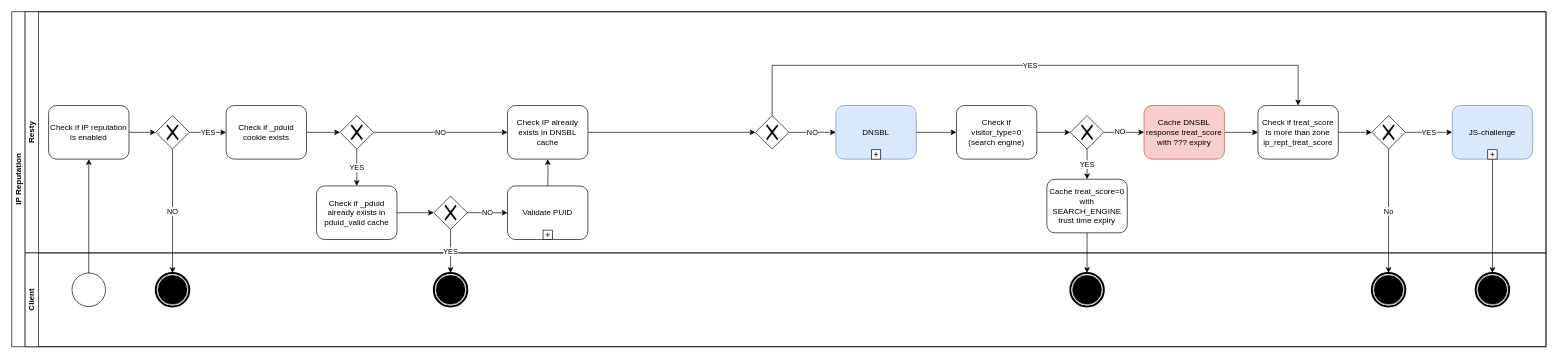
This is page "Main" (1 of 4) of Diagram.drawio from tajpouria/resty-ip-reputation-example, a draw.io file, before an edit. Source tidied: cells renumbered, new cells numbered last; positions are measured from the earlier drawing's top-left corner, leaving out a move shared by most shapes. Both pictures are drawn from the tidied source at 67%, with x=0, y=0 at pixel (11, 11).
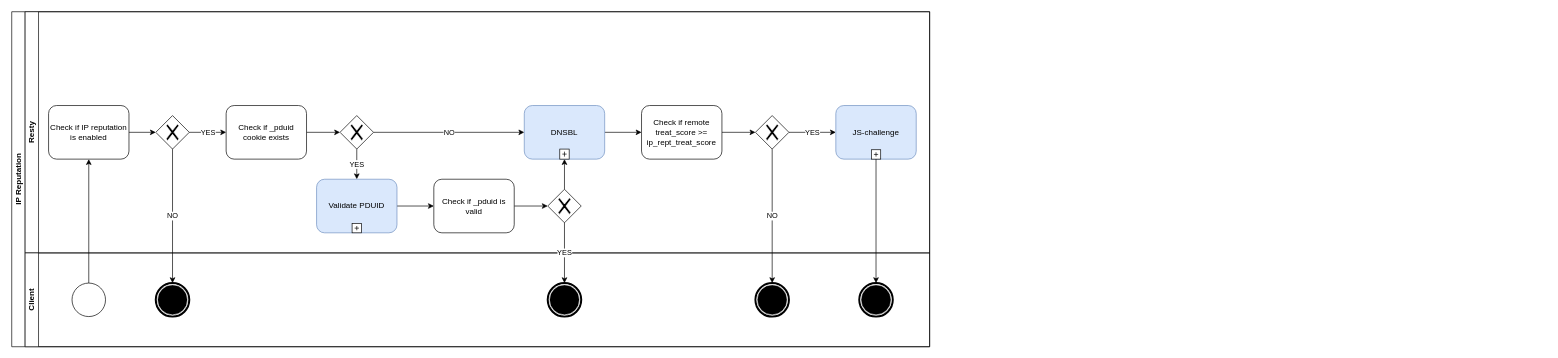
Above is the later version.

Unchanged cells that the change refers to:
```xml
<mxCell id="34" style="shape=mxgraph.bpmn.shape;html=1;verticalLabelPosition=bottom;labelBackgroundColor=#ffffff;verticalAlign=top;align=center;perimeter=rhombusPerimeter;background=gateway;outlineConnect=0;outline=none;symbol=exclusiveGw;" parent="7" vertex="1">
  <mxGeometry x="470" y="155" width="50" height="50" as="geometry" />
</mxCell>
```

What changed in the source:
```diff
@@
     <mxCell id="2" value="IP Reputation" style="swimlane;html=1;horizontal=0;startSize=20;fontFamily=Helvetica;labelBorderColor=none;labelBackgroundColor=none;whiteSpace=wrap;" parent="1" vertex="1">
-      <mxGeometry width="2290" height="500" as="geometry" />
+      <mxGeometry width="1370" height="500" as="geometry" />
     </mxCell>
@@
-    <mxCell id="4" style="edgeStyle=orthogonalEdgeStyle;rounded=0;jettySize=auto;html=1;fontFamily=Helvetica;labelBorderColor=none;labelBackgroundColor=none;" parent="2" edge="1" source="22" target="50">
-      <mxGeometry relative="1" as="geometry" />
-    </mxCell>
-    <mxCell id="5" value="No" style="edgeStyle=orthogonalEdgeStyle;rounded=0;jettySize=auto;html=1;" parent="2" edge="1" source="28" target="51">
-      <mxGeometry relative="1" as="geometry" />
-    </mxCell>
-    <mxCell id="6" style="edgeStyle=orthogonalEdgeStyle;rounded=0;jettySize=auto;html=1;" parent="2" edge="1" source="43" target="53">
-      <mxGeometry relative="1" as="geometry" />
-    </mxCell>
     <mxCell id="7" value="Resty" style="swimlane;html=1;startSize=20;horizontal=0;fontFamily=Helvetica;labelBorderColor=none;labelBackgroundColor=none;whiteSpace=wrap;" parent="2" vertex="1">
-      <mxGeometry x="20" width="2270" height="360" as="geometry" />
+      <mxGeometry x="20" width="1350" height="360" as="geometry" />
     </mxCell>
@@
-    <mxCell id="12" style="edgeStyle=orthogonalEdgeStyle;rounded=0;jettySize=auto;html=1;labelBackgroundColor=none;fontFamily=Helvetica;" parent="7" edge="1" source="13" target="26">
-      <mxGeometry relative="1" as="geometry" />
+    <mxCell id="12" style="edgeStyle=orthogonalEdgeStyle;rounded=0;orthogonalLoop=1;jettySize=auto;html=1;labelBackgroundColor=none;fontFamily=Helvetica;" parent="7" edge="1">
+      <mxGeometry relative="1" as="geometry">
+        <mxPoint x="865" y="180" as="sourcePoint" />
+      </mxGeometry>
     </mxCell>
-    <mxCell id="13" value="Check IP already exists in DNSBL cache" style="shape=ext;rounded=1;html=1;fontFamily=Helvetica;labelBorderColor=none;labelBackgroundColor=none;whiteSpace=wrap;" parent="7" vertex="1">
-      <mxGeometry x="720" y="140" width="120" height="80" as="geometry" />
-    </mxCell>
-    <mxCell id="14" style="edgeStyle=orthogonalEdgeStyle;rounded=0;jettySize=auto;html=1;fontFamily=Helvetica;labelBorderColor=none;labelBackgroundColor=none;" parent="7" edge="1" source="15" target="21">
-      <mxGeometry relative="1" as="geometry" />
-    </mxCell>
-    <mxCell id="15" value="Check if visitor_type=0&lt;br&gt;(search engine)" style="shape=ext;rounded=1;html=1;fontFamily=Helvetica;labelBorderColor=none;labelBackgroundColor=none;whiteSpace=wrap;" parent="7" vertex="1">
-      <mxGeometry x="1390" y="140" width="120" height="80" as="geometry" />
-    </mxCell>
-    <mxCell id="16" style="edgeStyle=orthogonalEdgeStyle;rounded=0;jettySize=auto;html=1;fontFamily=Helvetica;labelBorderColor=none;labelBackgroundColor=none;" parent="7" edge="1" source="17" target="24">
-      <mxGeometry relative="1" as="geometry" />
-    </mxCell>
-    <mxCell id="17" value="Cache DNSBL response treat_score with ??? expiry" style="shape=ext;rounded=1;html=1;fontFamily=Helvetica;labelBorderColor=none;labelBackgroundColor=none;whiteSpace=wrap;fillColor=#f8cecc;strokeColor=#b85450;" parent="7" vertex="1">
-      <mxGeometry x="1670" y="140" width="120" height="80" as="geometry" />
-    </mxCell>
-    <mxCell id="18" style="edgeStyle=orthogonalEdgeStyle;rounded=0;jettySize=auto;html=1;labelBackgroundColor=none;fontFamily=Helvetica;" parent="7" edge="1" source="21" target="17">
-      <mxGeometry relative="1" as="geometry" />
-    </mxCell>
-    <mxCell id="19" value="NO" style="edgeLabel;html=1;align=center;verticalAlign=middle;fontFamily=Helvetica;" parent="18" vertex="1">
-      <mxGeometry x="-0.25" y="2" relative="1" as="geometry" />
-    </mxCell>
-    <mxCell id="20" value="YES" style="edgeStyle=orthogonalEdgeStyle;rounded=0;jettySize=auto;html=1;" parent="7" edge="1" source="21" target="22">
-      <mxGeometry relative="1" as="geometry" />
-    </mxCell>
-    <mxCell id="21" style="shape=mxgraph.bpmn.shape;html=1;verticalLabelPosition=bottom;labelBackgroundColor=none;verticalAlign=top;align=center;perimeter=rhombusPerimeter;background=gateway;outlineConnect=0;outline=none;symbol=exclusiveGw;fontFamily=Helvetica;labelBorderColor=none;whiteSpace=wrap;" parent="7" vertex="1">
-      <mxGeometry x="1560" y="155" width="50" height="50" as="geometry" />
-    </mxCell>
-    <mxCell id="22" value="Cache treat_score=0 with SEARCH_ENGINE trust time expiry " style="shape=ext;rounded=1;html=1;fontFamily=Helvetica;labelBorderColor=none;labelBackgroundColor=none;whiteSpace=wrap;" parent="7" vertex="1">
-      <mxGeometry x="1525" y="250" width="120" height="80" as="geometry" />
-    </mxCell>
-    <mxCell id="23" style="edgeStyle=orthogonalEdgeStyle;rounded=0;jettySize=auto;html=1;" parent="7" edge="1" source="24" target="28">
-      <mxGeometry relative="1" as="geometry" />
-    </mxCell>
-    <mxCell id="24" value="Check if treat_score is more than zone ip_rept_treat_score" style="shape=ext;rounded=1;html=1;fontFamily=Helvetica;labelBorderColor=none;labelBackgroundColor=none;whiteSpace=wrap;" parent="7" vertex="1">
-      <mxGeometry x="1840" y="140" width="120" height="80" as="geometry" />
-    </mxCell>
-    <mxCell id="25" value="NO" style="edgeStyle=orthogonalEdgeStyle;rounded=0;jettySize=auto;html=1;" parent="7" edge="1" source="26" target="41">
-      <mxGeometry relative="1" as="geometry" />
-    </mxCell>
-    <mxCell id="26" style="shape=mxgraph.bpmn.shape;html=1;verticalLabelPosition=bottom;labelBackgroundColor=#ffffff;verticalAlign=top;align=center;perimeter=rhombusPerimeter;background=gateway;outlineConnect=0;outline=none;symbol=exclusiveGw;fontFamily=Helvetica;" parent="7" vertex="1">
-      <mxGeometry x="1090" y="155" width="50" height="50" as="geometry" />
-    </mxCell>
@@
     <mxCell id="28" style="shape=mxgraph.bpmn.shape;html=1;verticalLabelPosition=bottom;labelBackgroundColor=#ffffff;verticalAlign=top;align=center;perimeter=rhombusPerimeter;background=gateway;outlineConnect=0;outline=none;symbol=exclusiveGw;" parent="7" vertex="1">
-      <mxGeometry x="2010" y="155" width="50" height="50" as="geometry" />
+      <mxGeometry x="1090" y="155" width="50" height="50" as="geometry" />
     </mxCell>
-    <mxCell id="29" style="edgeStyle=orthogonalEdgeStyle;rounded=0;jettySize=auto;html=1;" parent="7" edge="1" target="13">
-      <mxGeometry relative="1" as="geometry">
-        <mxPoint x="780" y="260" as="sourcePoint" />
-      </mxGeometry>
-    </mxCell>
@@
-    <mxCell id="32" value="YES" style="edgeStyle=orthogonalEdgeStyle;rounded=0;jettySize=auto;html=1;" parent="7" edge="1" source="34" target="36">
+    <mxCell id="32" value="YES" style="edgeStyle=orthogonalEdgeStyle;rounded=0;jettySize=auto;html=1;" parent="7" edge="1" source="34" target="45">
       <mxGeometry relative="1" as="geometry" />
     </mxCell>
-    <mxCell id="33" value="NO" style="edgeStyle=orthogonalEdgeStyle;rounded=0;jettySize=auto;html=1;" parent="7" edge="1" source="34" target="13">
+    <mxCell id="33" value="NO" style="edgeStyle=orthogonalEdgeStyle;rounded=0;jettySize=auto;html=1;" parent="7" edge="1" source="34" target="41">
       <mxGeometry relative="1" as="geometry" />
     </mxCell>
@@
-    <mxCell id="35" style="edgeStyle=orthogonalEdgeStyle;rounded=0;jettySize=auto;html=1;" parent="7" edge="1" source="36" target="38">
-      <mxGeometry relative="1" as="geometry" />
-    </mxCell>
-    <mxCell id="36" value="Check if _pduid already exists in pduid_valid cache" style="shape=ext;rounded=1;html=1;fontFamily=Helvetica;labelBorderColor=none;labelBackgroundColor=none;whiteSpace=wrap;" parent="7" vertex="1">
-      <mxGeometry x="435" y="260" width="120" height="80" as="geometry" />
-    </mxCell>
-    <mxCell id="37" value="NO" style="edgeStyle=orthogonalEdgeStyle;rounded=0;jettySize=auto;html=1;" parent="7" edge="1" source="38" target="45">
-      <mxGeometry relative="1" as="geometry" />
-    </mxCell>
-    <mxCell id="38" style="shape=mxgraph.bpmn.shape;html=1;verticalLabelPosition=bottom;labelBackgroundColor=#ffffff;verticalAlign=top;align=center;perimeter=rhombusPerimeter;background=gateway;outlineConnect=0;outline=none;symbol=exclusiveGw;" parent="7" vertex="1">
-      <mxGeometry x="610" y="275" width="50" height="50" as="geometry" />
-    </mxCell>
-    <mxCell id="39" value="YES" style="edgeStyle=orthogonalEdgeStyle;rounded=0;jettySize=auto;html=1;entryX=0.5;entryY=0;entryDx=0;entryDy=0;" parent="7" edge="1" source="26" target="24">
-      <mxGeometry relative="1" as="geometry">
-        <Array as="points">
-          <mxPoint x="1115" y="80" />
-          <mxPoint x="1900" y="80" />
-        </Array>
-      </mxGeometry>
-    </mxCell>
-    <mxCell id="40" style="edgeStyle=orthogonalEdgeStyle;rounded=0;jettySize=auto;html=1;" parent="7" edge="1" source="41" target="15">
-      <mxGeometry relative="1" as="geometry" />
-    </mxCell>
+    <mxCell id="57" style="edgeStyle=orthogonalEdgeStyle;rounded=0;jettySize=auto;html=1;" parent="7" edge="1" source="41" target="64">
+      <mxGeometry relative="1" as="geometry" />
+    </mxCell>
     <mxCell id="41" value="DNSBL" style="html=1;whiteSpace=wrap;rounded=1;fillColor=#dae8fc;strokeColor=#6c8ebf;" parent="7" vertex="1">
-      <mxGeometry x="1210" y="140" width="120" height="80" as="geometry" />
+      <mxGeometry x="745" y="140" width="120" height="80" as="geometry" />
     </mxCell>
     <mxCell id="42" style="html=1;shape=plus;outlineConnect=0;" parent="41" vertex="1">
-      <mxGeometry x="0.5" y="1" width="14" height="14" relative="1" as="geometry">
-        <mxPoint x="-7" y="-14" as="offset" />
+      <mxGeometry x="0.5" y="1" width="14" height="15" relative="1" as="geometry">
+        <mxPoint x="-7" y="-15" as="offset" />
       </mxGeometry>
     </mxCell>
     <mxCell id="43" value="JS-challenge" style="html=1;whiteSpace=wrap;rounded=1;fillColor=#dae8fc;strokeColor=#6c8ebf;" parent="7" vertex="1">
-      <mxGeometry x="2130" y="140" width="120" height="80" as="geometry" />
+      <mxGeometry x="1210" y="140" width="120" height="80" as="geometry" />
     </mxCell>
@@
+    <mxCell id="58" style="edgeStyle=orthogonalEdgeStyle;rounded=0;jettySize=auto;html=1;" parent="7" edge="1" source="45" target="60">
+      <mxGeometry relative="1" as="geometry" />
+    </mxCell>
-    <mxCell id="45" value="Validate PUID" style="html=1;whiteSpace=wrap;rounded=1;" parent="7" vertex="1">
-      <mxGeometry x="720" y="260" width="120" height="80" as="geometry" />
+    <mxCell id="45" value="Validate PDUID" style="html=1;whiteSpace=wrap;rounded=1;fillColor=#dae8fc;strokeColor=#6c8ebf;" parent="7" vertex="1">
+      <mxGeometry x="435" y="250" width="120" height="80" as="geometry" />
     </mxCell>
@@
+    <mxCell id="59" style="edgeStyle=orthogonalEdgeStyle;rounded=0;jettySize=auto;html=1;" parent="7" edge="1" source="60" target="62">
+      <mxGeometry relative="1" as="geometry" />
+    </mxCell>
+    <mxCell id="60" value="Check if _pduid is valid" style="shape=ext;rounded=1;html=1;fontFamily=Helvetica;labelBorderColor=none;labelBackgroundColor=none;whiteSpace=wrap;" parent="7" vertex="1">
+      <mxGeometry x="610" y="250" width="120" height="80" as="geometry" />
+    </mxCell>
+    <mxCell id="61" style="edgeStyle=orthogonalEdgeStyle;rounded=0;jettySize=auto;html=1;" parent="7" edge="1" source="62" target="42">
+      <mxGeometry relative="1" as="geometry" />
+    </mxCell>
+    <mxCell id="62" style="shape=mxgraph.bpmn.shape;html=1;verticalLabelPosition=bottom;labelBackgroundColor=#ffffff;verticalAlign=top;align=center;perimeter=rhombusPerimeter;background=gateway;outlineConnect=0;outline=none;symbol=exclusiveGw;fontFamily=Helvetica;" parent="7" vertex="1">
+      <mxGeometry x="780" y="265" width="50" height="50" as="geometry" />
+    </mxCell>
+    <mxCell id="63" style="edgeStyle=orthogonalEdgeStyle;rounded=0;jettySize=auto;html=1;" parent="7" edge="1" source="64" target="28">
+      <mxGeometry relative="1" as="geometry" />
+    </mxCell>
+    <mxCell id="64" value="Check if remote treat_score &amp;gt;=&lt;br&gt;ip_rept_treat_score" style="shape=ext;rounded=1;html=1;fontFamily=Helvetica;labelBorderColor=none;labelBackgroundColor=none;whiteSpace=wrap;" parent="7" vertex="1">
+      <mxGeometry x="920" y="140" width="120" height="80" as="geometry" />
+    </mxCell>
+    <mxCell id="5" value="NO" style="edgeStyle=orthogonalEdgeStyle;rounded=0;jettySize=auto;html=1;" parent="2" edge="1" source="28" target="51">
+      <mxGeometry relative="1" as="geometry" />
+    </mxCell>
+    <mxCell id="6" style="edgeStyle=orthogonalEdgeStyle;rounded=0;jettySize=auto;html=1;" parent="2" edge="1" source="43" target="53">
+      <mxGeometry relative="1" as="geometry" />
+    </mxCell>
     <mxCell id="47" value="Client" style="swimlane;html=1;startSize=20;horizontal=0;fontFamily=Helvetica;labelBorderColor=none;labelBackgroundColor=none;whiteSpace=wrap;" parent="2" vertex="1">
-      <mxGeometry x="20" y="360" width="2270" height="140" as="geometry" />
+      <mxGeometry x="20" y="360" width="1350" height="140" as="geometry" />
     </mxCell>
     <mxCell id="48" style="shape=mxgraph.bpmn.shape;html=1;verticalLabelPosition=bottom;labelBackgroundColor=none;verticalAlign=top;align=center;perimeter=ellipsePerimeter;outlineConnect=0;outline=standard;symbol=general;fontFamily=Helvetica;labelBorderColor=none;whiteSpace=wrap;" parent="47" vertex="1">
-      <mxGeometry x="70" y="30" width="50" height="50" as="geometry" />
+      <mxGeometry x="70" y="45" width="50" height="50" as="geometry" />
     </mxCell>
     <mxCell id="49" style="shape=mxgraph.bpmn.shape;html=1;verticalLabelPosition=bottom;labelBackgroundColor=none;verticalAlign=top;align=center;perimeter=ellipsePerimeter;outlineConnect=0;outline=end;symbol=terminate;fontFamily=Helvetica;labelBorderColor=none;whiteSpace=wrap;" parent="47" vertex="1">
-      <mxGeometry x="195" y="30" width="50" height="50" as="geometry" />
+      <mxGeometry x="195" y="45" width="50" height="50" as="geometry" />
     </mxCell>
-    <mxCell id="50" style="shape=mxgraph.bpmn.shape;html=1;verticalLabelPosition=bottom;labelBackgroundColor=none;verticalAlign=top;align=center;perimeter=ellipsePerimeter;outlineConnect=0;outline=end;symbol=terminate;fontFamily=Helvetica;labelBorderColor=none;whiteSpace=wrap;" parent="47" vertex="1">
-      <mxGeometry x="1560" y="30" width="50" height="50" as="geometry" />
-    </mxCell>
     <mxCell id="51" style="shape=mxgraph.bpmn.shape;html=1;verticalLabelPosition=bottom;labelBackgroundColor=none;verticalAlign=top;align=center;perimeter=ellipsePerimeter;outlineConnect=0;outline=end;symbol=terminate;fontFamily=Helvetica;labelBorderColor=none;whiteSpace=wrap;" parent="47" vertex="1">
-      <mxGeometry x="2010" y="30" width="50" height="50" as="geometry" />
+      <mxGeometry x="1090" y="45" width="50" height="50" as="geometry" />
     </mxCell>
-    <mxCell id="52" style="shape=mxgraph.bpmn.shape;html=1;verticalLabelPosition=bottom;labelBackgroundColor=none;verticalAlign=top;align=center;perimeter=ellipsePerimeter;outlineConnect=0;outline=end;symbol=terminate;fontFamily=Helvetica;labelBorderColor=none;whiteSpace=wrap;" parent="47" vertex="1">
-      <mxGeometry x="610" y="30" width="50" height="50" as="geometry" />
-    </mxCell>
     <mxCell id="53" style="shape=mxgraph.bpmn.shape;html=1;verticalLabelPosition=bottom;labelBackgroundColor=none;verticalAlign=top;align=center;perimeter=ellipsePerimeter;outlineConnect=0;outline=end;symbol=terminate;fontFamily=Helvetica;labelBorderColor=none;whiteSpace=wrap;" parent="47" vertex="1">
-      <mxGeometry x="2165" y="30" width="50" height="50" as="geometry" />
+      <mxGeometry x="1245" y="45" width="50" height="50" as="geometry" />
     </mxCell>
+    <mxCell id="65" style="shape=mxgraph.bpmn.shape;html=1;verticalLabelPosition=bottom;labelBackgroundColor=none;verticalAlign=top;align=center;perimeter=ellipsePerimeter;outlineConnect=0;outline=end;symbol=terminate;fontFamily=Helvetica;labelBorderColor=none;whiteSpace=wrap;" parent="47" vertex="1">
+      <mxGeometry x="780" y="45" width="50" height="50" as="geometry" />
+    </mxCell>
@@
-    <mxCell id="55" value="YES" style="edgeStyle=orthogonalEdgeStyle;rounded=0;jettySize=auto;html=1;" parent="2" edge="1" source="38" target="52">
-      <mxGeometry relative="1" as="geometry" />
-    </mxCell>
@@
+    <mxCell id="66" value="YES" style="edgeStyle=orthogonalEdgeStyle;rounded=0;jettySize=auto;html=1;" parent="2" edge="1" source="62" target="65">
+      <mxGeometry relative="1" as="geometry" />
+    </mxCell>
```
